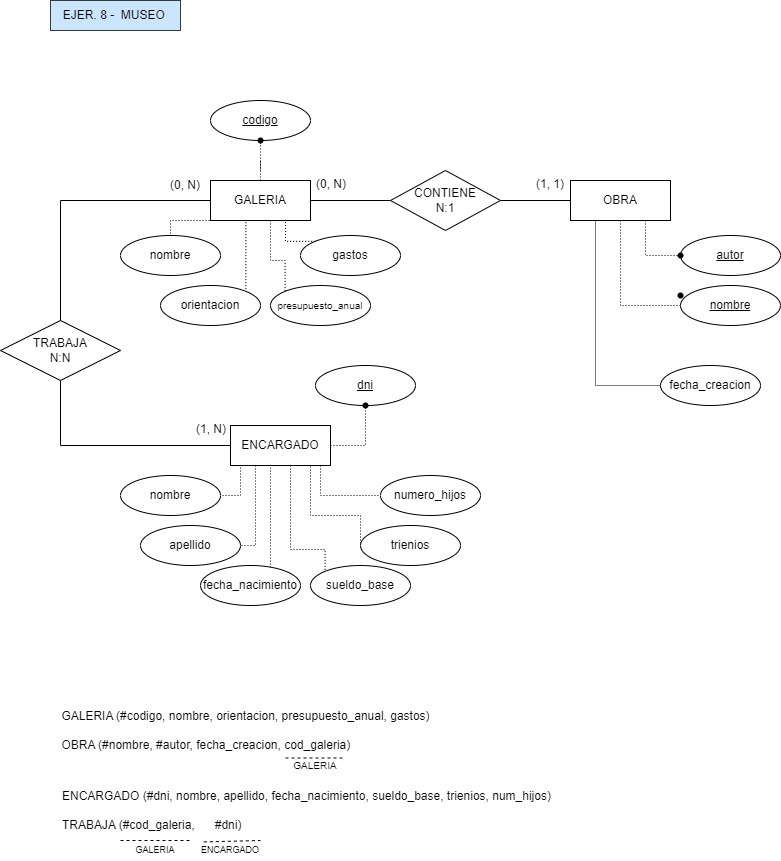
mdrp93/BASE-DE-DATOS keeps this draw.io diagram as ejer8_museo.png. Above is the earlier version. Source tidied: cells renumbered, new cells last; positions are measured from the earlier drawing's top-left corner, leaving out a move shared by most shapes.
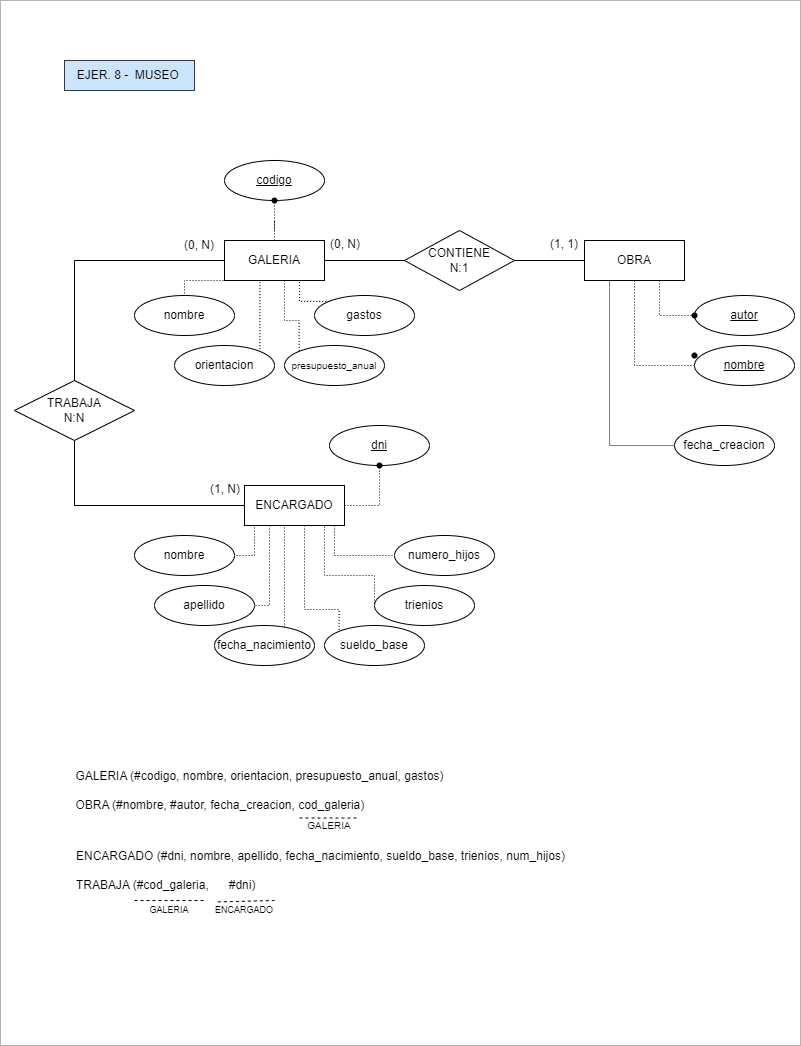
After the change.

What changed in the source:
```diff
@@ -2,6 +2,9 @@
   <root>
     <mxCell id="0" />
     <mxCell id="1" parent="0" />
+    <mxCell id="67" style="rounded=0;whiteSpace=wrap;html=1;fillColor=none;strokeColor=#B3B3B3;" parent="1" vertex="1">
+      <mxGeometry x="-14" y="-60" width="800" height="1045" as="geometry" />
+    </mxCell>
     <mxCell id="2" style="edgeStyle=orthogonalEdgeStyle;rounded=0;jettySize=auto;html=1;exitX=0;exitY=1;exitDx=0;exitDy=0;entryX=1;entryY=0.5;entryDx=0;entryDy=0;dashed=1;dashPattern=1 2;endArrow=none;endFill=0;" parent="1" edge="1" source="7" target="40">
       <mxGeometry relative="1" as="geometry">
         <Array as="points">
```
